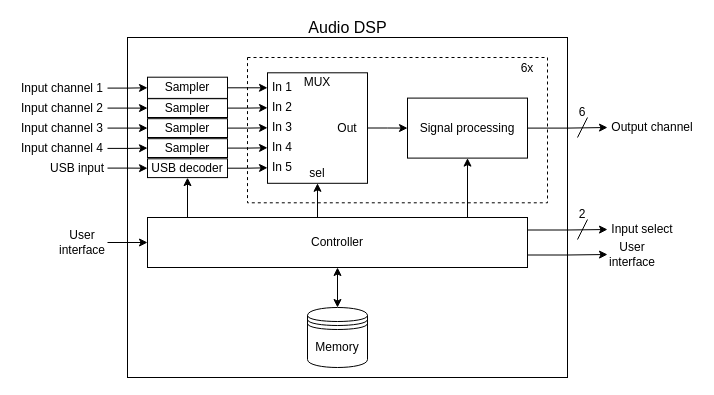
Before: page "Audio DSP" (4 of 5) of Block diagrams/System context diagram.drawio in HeinVerhallen/Audio-DSP, a draw.io diagram. Source tidied: cells renumbered, new cells numbered last; positions are measured from the earlier drawing's top-left corner, leaving out a move shared by most shapes. Both pictures are drawn from the tidied source at 100%, with x=0, y=0 at pixel (17, 17).
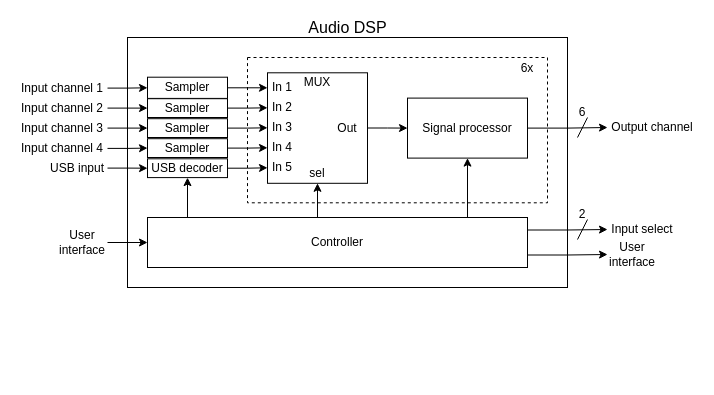
The same diagram, later.

Unchanged cells that the change refers to:
```xml
<mxCell id="9" value="Controller" style="rounded=0;whiteSpace=wrap;html=1;fontSize=12;" parent="1" vertex="1">
  <mxGeometry x="130" y="200" width="380" height="50" as="geometry" />
</mxCell>
```

Diff of the diagram source:
```diff
@@
     <mxCell id="2" style="rounded=0;whiteSpace=wrap;html=1;fontSize=14;align=center;" parent="1" vertex="1">
-      <mxGeometry x="110" y="20" width="440" height="340" as="geometry" />
+      <mxGeometry x="110" y="20" width="440" height="250" as="geometry" />
     </mxCell>
@@
-    <mxCell id="18" style="edgeStyle=orthogonalEdgeStyle;rounded=0;jettySize=auto;html=1;exitX=0.5;exitY=0;exitDx=0;exitDy=0;entryX=0.5;entryY=1;entryDx=0;entryDy=0;fontSize=12;startArrow=classic;startFill=1;" parent="1" edge="1" source="19" target="9">
-      <mxGeometry relative="1" as="geometry" />
-    </mxCell>
-    <mxCell id="19" value="Memory" style="shape=datastore;whiteSpace=wrap;html=1;fontSize=12;align=center;" parent="1" vertex="1">
-      <mxGeometry x="290" y="290" width="60" height="60" as="geometry" />
-    </mxCell>
@@
-    <mxCell id="53" value="Signal processing" style="rounded=0;whiteSpace=wrap;html=1;fontSize=12;" parent="1" vertex="1">
+    <mxCell id="53" value="Signal processor" style="rounded=0;whiteSpace=wrap;html=1;fontSize=12;" parent="1" vertex="1">
       <mxGeometry x="390" y="80.6" width="120" height="60" as="geometry" />
     </mxCell>
```
